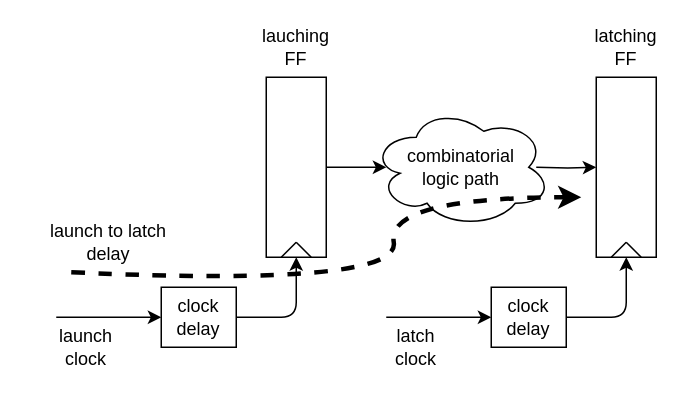
Earlier version of the draw.io diagram page "setup_launch_to_latch_delay" (8 of 10) of assets/io_timings/io_timings.drawio (tomverbeure/tomverbeure.github.io). Source tidied: cells renumbered, new cells numbered last; positions are measured from the earlier drawing's top-left corner, leaving out a move shared by most shapes. Both pictures are drawn from the tidied source at 150%, with x=0, y=0 at pixel (26, 32).
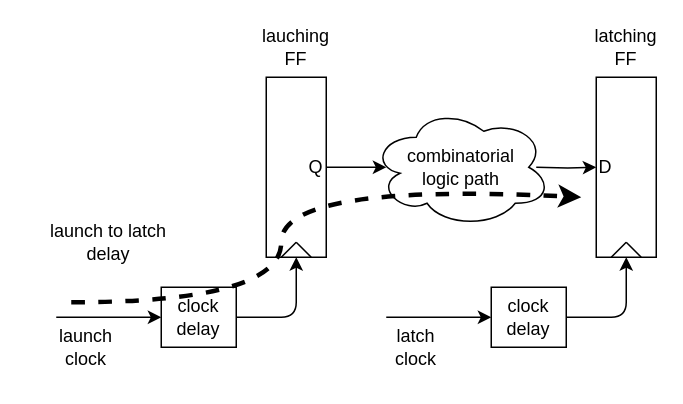
After the change.

The change refers to these unchanged cells:
```xml
<mxCell id="17" style="group;" parent="1" vertex="1">
  <mxGeometry x="380" y="30" width="40" height="120" as="geometry" />
</mxCell>
<mxCell id="22" style="group;" parent="1" vertex="1">
  <mxGeometry x="160" y="30" width="40" height="120" as="geometry" />
</mxCell>
```

Change to the diagram source:
```diff
@@
-    <mxCell id="15" style="curved=1;endArrow=classic;html=1;dashed=1;strokeWidth=3;" parent="1" edge="1">
-      <mxGeometry relative="1" as="geometry">
-        <mxPoint x="30" y="160" as="sourcePoint" />
-        <mxPoint x="370" y="110" as="targetPoint" />
-        <Array as="points">
-          <mxPoint x="250" y="170" />
-          <mxPoint x="240" y="110" />
-        </Array>
-      </mxGeometry>
-    </mxCell>
@@
+    <mxCell id="27" value="D" style="text;html=1;strokeColor=none;fillColor=none;align=left;verticalAlign=middle;whiteSpace=wrap;rounded=0;" parent="17" vertex="1">
+      <mxGeometry y="50" width="40" height="20" as="geometry" />
+    </mxCell>
@@
+    <mxCell id="28" value="Q" style="text;html=1;strokeColor=none;fillColor=none;align=right;verticalAlign=middle;whiteSpace=wrap;rounded=0;" parent="22" vertex="1">
+      <mxGeometry y="50" width="40" height="20" as="geometry" />
+    </mxCell>
+    <mxCell id="15" style="curved=1;endArrow=classic;html=1;dashed=1;strokeWidth=3;" parent="1" edge="1">
+      <mxGeometry relative="1" as="geometry">
+        <mxPoint x="30" y="180" as="sourcePoint" />
+        <mxPoint x="370" y="110" as="targetPoint" />
+        <Array as="points">
+          <mxPoint x="170" y="180" />
+          <mxPoint x="170" y="100" />
+        </Array>
+      </mxGeometry>
+    </mxCell>
```
